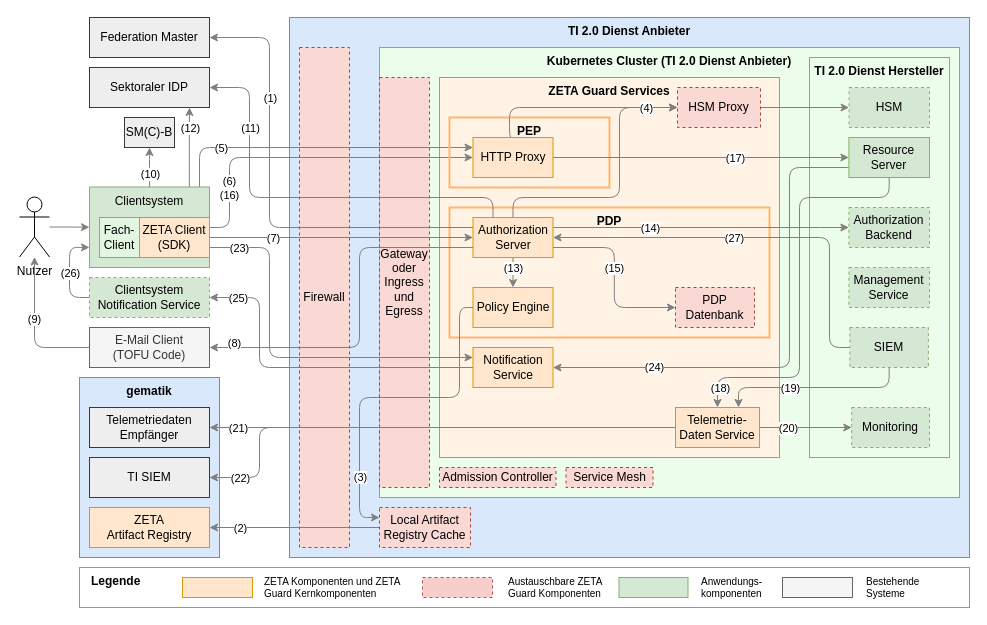
This is src/drawio/Zero-Trust-Architektur.drawio from gematik/zeta, a draw.io file, before an edit. Source tidied: cells renumbered, new cells numbered last; positions are measured from the earlier drawing's top-left corner, leaving out a move shared by most shapes. Both pictures are drawn from the tidied source at 100%, with x=0, y=0 at pixel (19, 17).
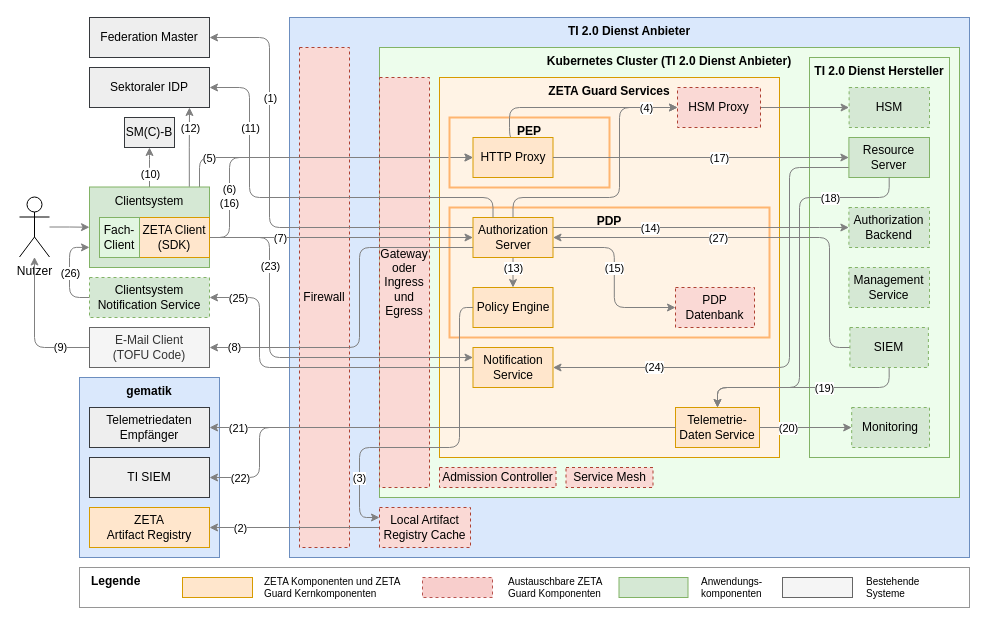
The same page after the edit.

Commit message:
Adjusted diagram element positions, connection points, and label offsets for improved layout.

Unchanged cells that the change refers to:
```xml
<mxCell id="6" value="Policy Engine" style="rounded=0;whiteSpace=wrap;html=1;fillColor=#ffe6cc;strokeColor=#d79b00;" parent="1" vertex="1">
  <mxGeometry x="453.5" y="270" width="80" height="40" as="geometry" />
</mxCell>
<mxCell id="26" value="&lt;div&gt;Resource Server&lt;/div&gt;" style="rounded=0;whiteSpace=wrap;html=1;fillColor=#d5e8d4;strokeColor=#82b366;" parent="1" vertex="1">
  <mxGeometry x="829.4" y="120" width="80.6" height="40" as="geometry" />
</mxCell>
<mxCell id="30" value="Telemetrie-Daten&amp;nbsp;&lt;span style=&quot;background-color: initial;&quot;&gt;Service&lt;/span&gt;" style="rounded=0;whiteSpace=wrap;html=1;fillColor=#ffe6cc;strokeColor=#d79b00;" parent="1" vertex="1">
  <mxGeometry x="656" y="390" width="84" height="40" as="geometry" />
</mxCell>
<mxCell id="32" style="edgeStyle=orthogonalEdgeStyle;rounded=1;jettySize=auto;html=1;curved=0;entryX=1;entryY=0.5;entryDx=0;entryDy=0;exitX=0;exitY=0.5;exitDx=0;exitDy=0;strokeColor=#808080;" parent="1" edge="1" source="82" target="21">
  <mxGeometry relative="1" as="geometry">
    <Array as="points">
      <mxPoint x="810" y="330" />
      <mxPoint x="810" y="220" />
    </Array>
  </mxGeometry>
</mxCell>
<mxCell id="41" value="Clientsystem" style="rounded=0;whiteSpace=wrap;html=1;fillColor=#d5e8d4;strokeColor=#82b366;verticalAlign=top;" parent="1" vertex="1">
  <mxGeometry x="70" y="169.5" width="120" height="80.5" as="geometry" />
</mxCell>
<mxCell id="44" style="edgeStyle=orthogonalEdgeStyle;rounded=1;jettySize=auto;html=1;curved=0;strokeColor=#808080;" parent="1" edge="1" source="46" target="43">
  <mxGeometry relative="1" as="geometry" />
</mxCell>
<mxCell id="66" style="edgeStyle=orthogonalEdgeStyle;rounded=1;jettySize=auto;html=1;entryX=1;entryY=0.5;entryDx=0;entryDy=0;exitX=0;exitY=0.75;exitDx=0;exitDy=0;curved=0;strokeColor=#808080;" parent="1" edge="1" source="21" target="46">
  <mxGeometry relative="1" as="geometry">
    <Array as="points">
      <mxPoint x="340" y="230" />
      <mxPoint x="340" y="330" />
    </Array>
  </mxGeometry>
</mxCell>
<mxCell id="70" style="edgeStyle=orthogonalEdgeStyle;html=1;entryX=0;entryY=0.5;entryDx=0;entryDy=0;exitX=1;exitY=0.5;exitDx=0;exitDy=0;strokeColor=#808080;" parent="1" edge="1" source="72" target="21">
  <mxGeometry relative="1" as="geometry">
    <Array as="points">
      <mxPoint x="270" y="220" />
      <mxPoint x="270" y="220" />
    </Array>
  </mxGeometry>
</mxCell>
<mxCell id="72" value="ZETA Client&lt;div&gt;(SDK)&lt;/div&gt;" style="rounded=0;whiteSpace=wrap;html=1;fillColor=#ffe6cc;strokeColor=#d79b00;" parent="1" vertex="1">
  <mxGeometry x="120" y="200" width="70" height="40" as="geometry" />
</mxCell>
<mxCell id="76" value="HTTP Proxy" style="rounded=0;whiteSpace=wrap;html=1;fillColor=#ffe6cc;strokeColor=#d79b00;" parent="1" vertex="1">
  <mxGeometry x="453.5" y="120" width="80" height="40" as="geometry" />
</mxCell>
<mxCell id="79" style="edgeStyle=orthogonalEdgeStyle;rounded=1;jettySize=auto;html=1;entryX=0;entryY=0.5;entryDx=0;entryDy=0;exitX=1;exitY=0.5;exitDx=0;exitDy=0;curved=0;strokeColor=#808080;" parent="1" edge="1" source="76" target="26">
  <mxGeometry relative="1" as="geometry">
    <Array as="points">
      <mxPoint x="829" y="140" />
    </Array>
  </mxGeometry>
</mxCell>
<mxCell id="82" value="&lt;div&gt;SIEM&lt;/div&gt;" style="rounded=0;whiteSpace=wrap;html=1;fillColor=#d5e8d4;strokeColor=#82b366;dashed=1;" parent="1" vertex="1">
  <mxGeometry x="830.4" y="310" width="78.5" height="40" as="geometry" />
</mxCell>
<mxCell id="85" value="&lt;div&gt;Notification Service&lt;/div&gt;" style="rounded=0;whiteSpace=wrap;html=1;fillColor=#ffe6cc;strokeColor=#d79b00;" parent="1" vertex="1">
  <mxGeometry x="453.5" y="330" width="80" height="40" as="geometry" />
</mxCell>
<mxCell id="100" value="Local Artifact Registry Cache" style="rounded=0;whiteSpace=wrap;html=1;dashed=1;fillColor=#fad9d5;strokeColor=#ae4132;" parent="1" vertex="1">
  <mxGeometry x="360" y="490" width="91" height="40" as="geometry" />
</mxCell>
```

Diff of the diagram source:
```diff
@@
     <mxCell id="22" style="edgeStyle=orthogonalEdgeStyle;rounded=1;jettySize=auto;html=1;entryX=0;entryY=0.25;entryDx=0;entryDy=0;exitX=0;exitY=0.5;exitDx=0;exitDy=0;curved=0;strokeColor=#808080;" parent="1" edge="1" source="6" target="100">
       <mxGeometry relative="1" as="geometry">
         <Array as="points">
           <mxPoint x="440" y="290" />
-          <mxPoint x="440" y="380" />
-          <mxPoint x="340" y="380" />
+          <mxPoint x="440" y="430" />
+          <mxPoint x="340" y="430" />
           <mxPoint x="340" y="500" />
         </Array>
       </mxGeometry>
     </mxCell>
     <mxCell id="23" value="(3)" style="edgeLabel;html=1;align=center;verticalAlign=middle;" parent="22" vertex="1">
       <mxGeometry x="0.45" y="-1" relative="1" as="geometry">
-        <mxPoint x="1" y="34" as="offset" />
+        <mxPoint x="-5" y="31" as="offset" />
       </mxGeometry>
     </mxCell>
@@
     <mxCell id="33" value="(27)" style="edgeLabel;html=1;align=center;verticalAlign=middle;" parent="32" vertex="1">
       <mxGeometry x="0.13" relative="1" as="geometry">
-        <mxPoint x="4" as="offset" />
+        <mxPoint x="-12" as="offset" />
       </mxGeometry>
     </mxCell>
@@
-    <mxCell id="35" style="edgeStyle=orthogonalEdgeStyle;rounded=1;jettySize=auto;html=1;curved=0;entryX=0;entryY=0.5;entryDx=0;entryDy=0;exitX=1;exitY=0.25;exitDx=0;exitDy=0;strokeColor=#808080;" parent="1" edge="1" source="72" target="76">
+    <mxCell id="35" style="edgeStyle=orthogonalEdgeStyle;rounded=1;jettySize=auto;html=1;curved=0;entryX=0;entryY=0.5;entryDx=0;entryDy=0;exitX=1;exitY=0.5;exitDx=0;exitDy=0;strokeColor=#808080;" parent="1" edge="1" source="72" target="76">
       <mxGeometry relative="1" as="geometry">
         <Array as="points">
-          <mxPoint x="210" y="210" />
+          <mxPoint x="210" y="220" />
           <mxPoint x="210" y="140" />
         </Array>
       </mxGeometry>
     </mxCell>
@@
-    <mxCell id="39" style="edgeStyle=orthogonalEdgeStyle;html=1;entryX=0;entryY=0.25;entryDx=0;entryDy=0;strokeColor=#808080;" parent="1" edge="1" source="41" target="76">
+    <mxCell id="39" style="edgeStyle=orthogonalEdgeStyle;html=1;entryX=0;entryY=0.5;entryDx=0;entryDy=0;strokeColor=#808080;" parent="1" edge="1" source="41" target="76">
       <mxGeometry relative="1" as="geometry">
         <Array as="points">
-          <mxPoint x="180" y="130" />
+          <mxPoint x="180" y="140" />
         </Array>
       </mxGeometry>
     </mxCell>
     <mxCell id="40" value="(5)" style="edgeLabel;html=1;align=center;verticalAlign=middle;" parent="39" vertex="1">
       <mxGeometry x="-0.35" y="1" relative="1" as="geometry">
-        <mxPoint x="-41" y="1" as="offset" />
+        <mxPoint x="-59" y="1" as="offset" />
       </mxGeometry>
     </mxCell>
@@
     <mxCell id="45" value="(9)" style="edgeLabel;html=1;align=center;verticalAlign=middle;" parent="44" vertex="1">
-      <mxGeometry x="0.15" y="1" relative="1" as="geometry" />
+      <mxGeometry x="0.15" y="1" relative="1" as="geometry">
+        <mxPoint x="26" y="28" as="offset" />
+      </mxGeometry>
     </mxCell>
@@
-    <mxCell id="55" style="edgeStyle=orthogonalEdgeStyle;rounded=1;jettySize=auto;html=1;curved=0;exitX=0.5;exitY=1;exitDx=0;exitDy=0;startArrow=none;startFill=0;entryX=0.75;entryY=0;entryDx=0;entryDy=0;strokeColor=#808080;" parent="1" edge="1" source="82" target="30">
+    <mxCell id="55" style="edgeStyle=orthogonalEdgeStyle;rounded=1;jettySize=auto;html=1;curved=0;exitX=0.5;exitY=1;exitDx=0;exitDy=0;startArrow=none;startFill=0;entryX=0.5;entryY=0;entryDx=0;entryDy=0;strokeColor=#808080;" parent="1" edge="1" source="82" target="30">
       <mxGeometry relative="1" as="geometry">
         <Array as="points">
           <mxPoint x="870" y="370" />
-          <mxPoint x="719" y="370" />
+          <mxPoint x="698" y="370" />
         </Array>
       </mxGeometry>
     </mxCell>
     <mxCell id="56" value="(19)" style="edgeLabel;html=1;align=center;verticalAlign=middle;" parent="55" vertex="1">
       <mxGeometry x="-0.46" y="-1" relative="1" as="geometry">
-        <mxPoint x="-68" y="1" as="offset" />
+        <mxPoint x="-28" y="1" as="offset" />
       </mxGeometry>
     </mxCell>
@@
     <mxCell id="67" value="(8)" style="edgeLabel;html=1;align=center;verticalAlign=middle;" parent="66" vertex="1">
       <mxGeometry x="0.15" relative="1" as="geometry">
-        <mxPoint x="-126" as="offset" />
+        <mxPoint x="-126" y="4" as="offset" />
       </mxGeometry>
     </mxCell>
-    <mxCell id="68" style="edgeStyle=orthogonalEdgeStyle;rounded=1;jettySize=auto;html=1;entryX=0;entryY=0.25;entryDx=0;entryDy=0;curved=0;exitX=1;exitY=0.75;exitDx=0;exitDy=0;strokeColor=#808080;" parent="1" edge="1" source="72" target="85">
+    <mxCell id="68" style="edgeStyle=orthogonalEdgeStyle;rounded=1;jettySize=auto;html=1;entryX=0;entryY=0.25;entryDx=0;entryDy=0;curved=0;exitX=1;exitY=0.5;exitDx=0;exitDy=0;strokeColor=#808080;" parent="1" edge="1" source="72" target="85">
       <mxGeometry relative="1" as="geometry">
         <Array as="points">
-          <mxPoint x="250" y="230" />
+          <mxPoint x="250" y="220" />
           <mxPoint x="250" y="340" />
         </Array>
       </mxGeometry>
     </mxCell>
     <mxCell id="69" value="(23)" style="edgeLabel;html=1;align=center;verticalAlign=middle;" parent="68" vertex="1">
       <mxGeometry x="-0.39" relative="1" as="geometry">
-        <mxPoint x="-31" y="-54" as="offset" />
+        <mxPoint y="-29" as="offset" />
       </mxGeometry>
     </mxCell>
@@
     <mxCell id="71" value="(7)" style="edgeLabel;html=1;align=center;verticalAlign=middle;" parent="70" vertex="1">
       <mxGeometry x="-0.39" relative="1" as="geometry">
-        <mxPoint x="-17" as="offset" />
+        <mxPoint x="-10" as="offset" />
       </mxGeometry>
     </mxCell>
@@
     <mxCell id="80" value="(17)" style="edgeLabel;html=1;align=center;verticalAlign=middle;" parent="79" vertex="1">
       <mxGeometry x="-0.3" relative="1" as="geometry">
-        <mxPoint x="78" as="offset" />
+        <mxPoint x="62" as="offset" />
       </mxGeometry>
     </mxCell>
@@
     <mxCell id="89" style="edgeStyle=orthogonalEdgeStyle;rounded=1;jettySize=auto;html=1;entryX=0.5;entryY=0;entryDx=0;entryDy=0;curved=0;exitX=0.5;exitY=1;exitDx=0;exitDy=0;strokeColor=#808080;" parent="1" edge="1" source="26" target="30">
       <mxGeometry relative="1" as="geometry">
         <Array as="points">
           <mxPoint x="870" y="180" />
           <mxPoint x="780" y="180" />
-          <mxPoint x="780" y="360" />
-          <mxPoint x="698" y="360" />
+          <mxPoint x="780" y="370" />
+          <mxPoint x="698" y="370" />
         </Array>
       </mxGeometry>
     </mxCell>
     <mxCell id="90" value="(18)" style="edgeLabel;html=1;align=center;verticalAlign=middle;" parent="89" vertex="1">
       <mxGeometry x="-0.75" relative="1" as="geometry">
-        <mxPoint x="-139" y="190" as="offset" />
+        <mxPoint x="-29" as="offset" />
       </mxGeometry>
     </mxCell>
```
